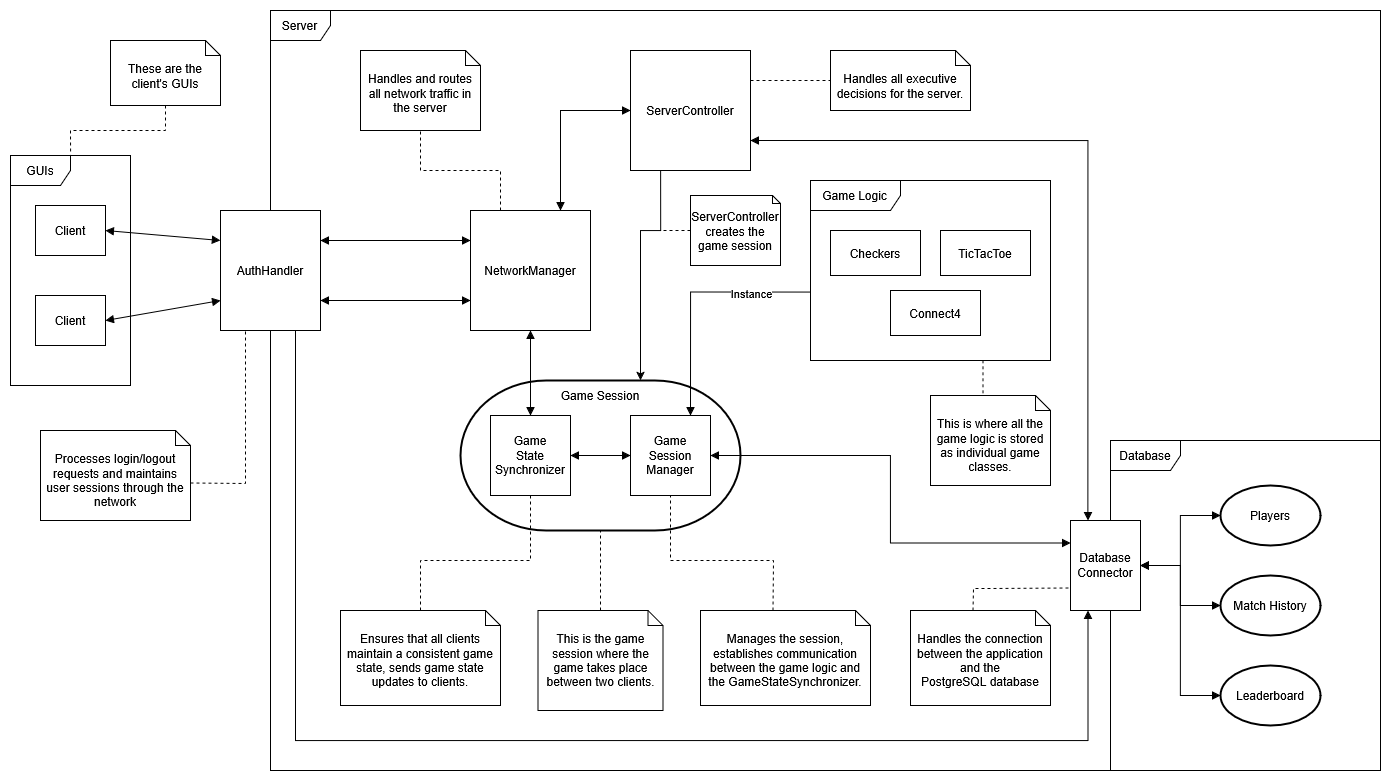
Before: networking_documents/networking_overview.png, a diagram exported from draw.io (illiteratewaffle/RetroArcade). Source tidied: cells renumbered, new cells last; positions are measured from the earlier drawing's top-left corner, leaving out a move shared by most shapes.
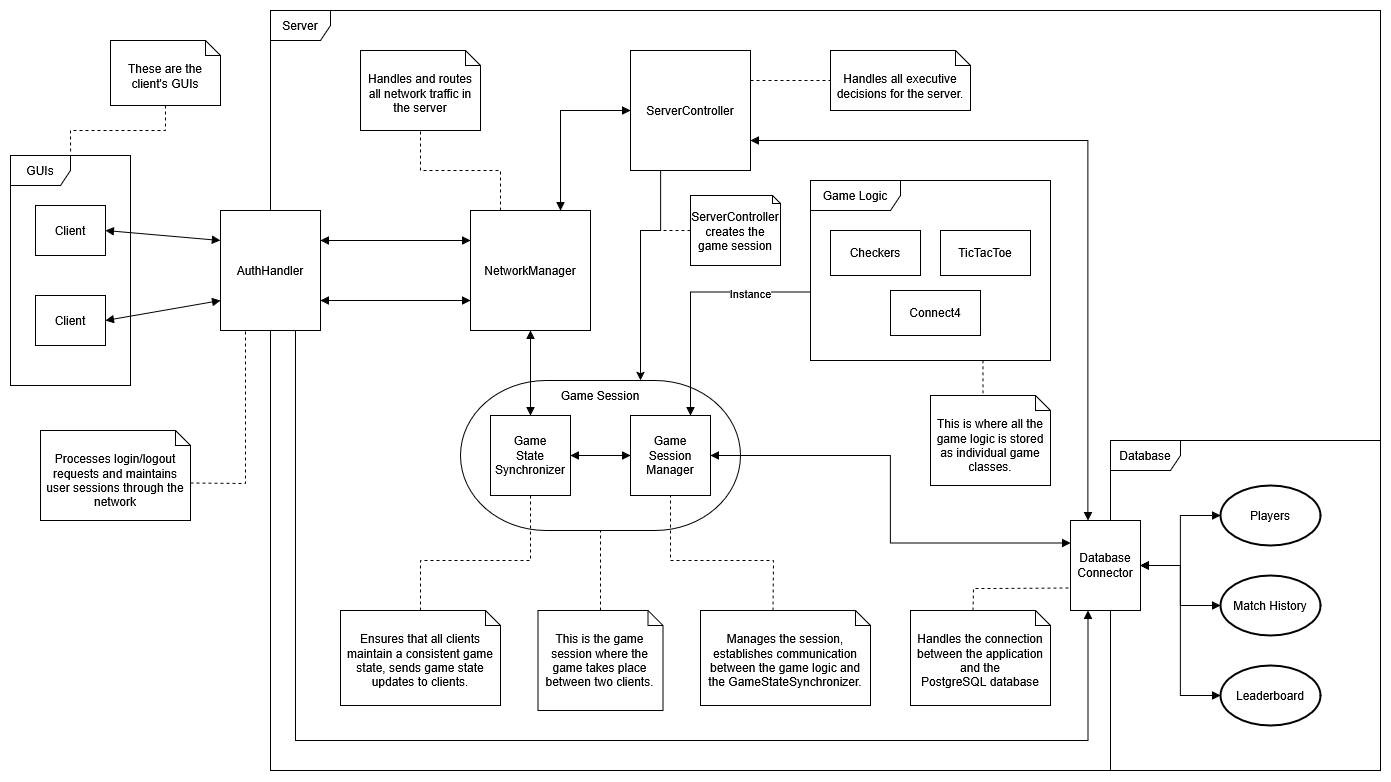
After the commit.

Change to the diagram source:
```diff
@@ -2,7 +2,7 @@
   <root>
     <mxCell id="0" />
     <mxCell id="1" parent="0" />
-    <mxCell id="2" style="strokeWidth=2;html=1;shape=mxgraph.flowchart.terminator;whiteSpace=wrap;" parent="1" vertex="1">
+    <mxCell id="2" style="strokeWidth=1;html=1;shape=mxgraph.flowchart.terminator;whiteSpace=wrap;" parent="1" vertex="1">
       <mxGeometry x="450" y="370" width="280" height="150" as="geometry" />
     </mxCell>
     <mxCell id="3" value="Server" style="shape=umlFrame;whiteSpace=wrap;html=1;" parent="1" vertex="1">
```
